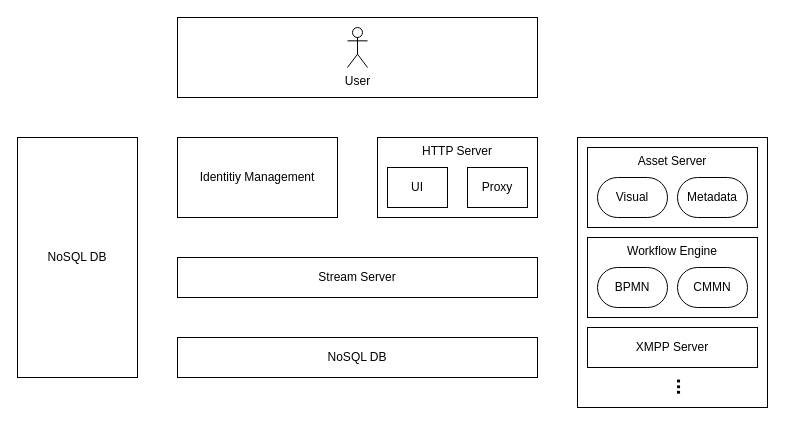
The draw.io diagram _architecture/diagrams/Architecture Overview.drawio in SumApp/SumApp.github.io, before the edit. Source tidied: cells renumbered, new cells numbered last; positions are measured from the earlier drawing's top-left corner, leaving out a move shared by most shapes. Both pictures are drawn from the tidied source at 100%, with x=0, y=0 at pixel (17, 17).
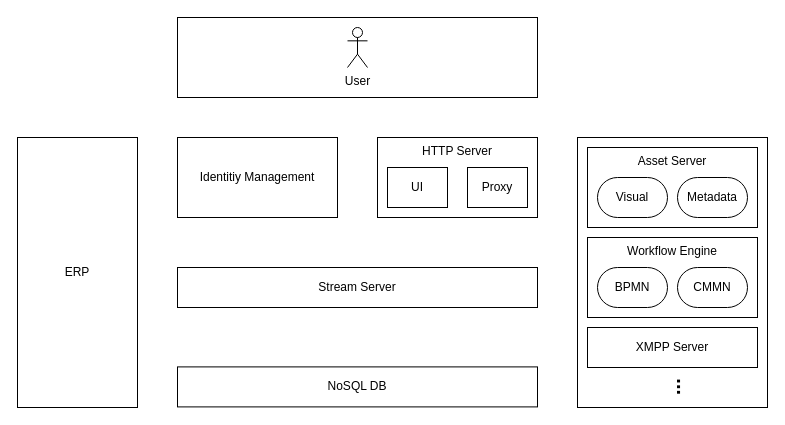
Above is the later version.

What changed in the source:
```diff
@@
 <mxGraphModel>
   <root>
     <mxCell id="0" />
     <mxCell id="1" parent="0" />
     <mxCell id="2" value="XMPP Server" style="rounded=0;whiteSpace=wrap;html=1;" parent="1" vertex="1">
       <mxGeometry x="560" y="120" width="190" height="270" as="geometry" />
     </mxCell>
     <mxCell id="3" value="Asset Server" style="rounded=0;whiteSpace=wrap;html=1;verticalAlign=top;" parent="1" vertex="1">
       <mxGeometry x="570" y="130" width="170" height="80" as="geometry" />
     </mxCell>
     <mxCell id="4" style="rounded=0;whiteSpace=wrap;html=1;" parent="1" vertex="1">
       <mxGeometry x="160" width="360" height="80" as="geometry" />
     </mxCell>
     <mxCell id="5" value="User" style="shape=umlActor;verticalLabelPosition=bottom;labelBackgroundColor=#ffffff;verticalAlign=top;html=1;" parent="1" vertex="1">
       <mxGeometry x="330" y="10" width="20" height="40" as="geometry" />
     </mxCell>
     <mxCell id="6" value="Identitiy Management" style="rounded=0;whiteSpace=wrap;html=1;" parent="1" vertex="1">
       <mxGeometry x="160" y="120" width="160" height="80" as="geometry" />
     </mxCell>
     <mxCell id="7" value="HTTP Server" style="rounded=0;whiteSpace=wrap;html=1;verticalAlign=top;" parent="1" vertex="1">
       <mxGeometry x="360" y="120" width="160" height="80" as="geometry" />
     </mxCell>
     <mxCell id="8" value="UI" style="rounded=0;whiteSpace=wrap;html=1;" parent="1" vertex="1">
       <mxGeometry x="370" y="150" width="60" height="40" as="geometry" />
     </mxCell>
     <mxCell id="9" value="Proxy" style="rounded=0;whiteSpace=wrap;html=1;" parent="1" vertex="1">
       <mxGeometry x="450" y="150" width="60" height="40" as="geometry" />
     </mxCell>
     <mxCell id="10" value="Stream Server" style="rounded=0;whiteSpace=wrap;html=1;" parent="1" vertex="1">
-      <mxGeometry x="160" y="240" width="360" height="40" as="geometry" />
+      <mxGeometry x="160" y="250" width="360" height="40" as="geometry" />
     </mxCell>
     <mxCell id="11" value="NoSQL DB" style="rounded=0;whiteSpace=wrap;html=1;" parent="1" vertex="1">
-      <mxGeometry x="160" y="320" width="360" height="40" as="geometry" />
+      <mxGeometry x="160" y="349.4" width="360" height="40" as="geometry" />
     </mxCell>
     <mxCell id="12" value="Metadata" style="rounded=1;whiteSpace=wrap;html=1;arcSize=50;" parent="1" vertex="1">
       <mxGeometry x="660" y="160" width="70" height="40" as="geometry" />
     </mxCell>
     <mxCell id="13" value="Visual" style="rounded=1;whiteSpace=wrap;html=1;arcSize=50;" parent="1" vertex="1">
       <mxGeometry x="580" y="160" width="70" height="40" as="geometry" />
     </mxCell>
     <mxCell id="14" value="Workflow Engine" style="rounded=0;whiteSpace=wrap;html=1;verticalAlign=top;" parent="1" vertex="1">
       <mxGeometry x="570" y="220" width="170" height="80" as="geometry" />
     </mxCell>
     <mxCell id="15" value="CMMN" style="rounded=1;whiteSpace=wrap;html=1;arcSize=50;" parent="1" vertex="1">
       <mxGeometry x="660" y="250" width="70" height="40" as="geometry" />
     </mxCell>
     <mxCell id="16" value="BPMN" style="rounded=1;whiteSpace=wrap;html=1;arcSize=50;" parent="1" vertex="1">
       <mxGeometry x="580" y="250" width="70" height="40" as="geometry" />
     </mxCell>
-    <mxCell id="17" value="NoSQL DB" style="rounded=0;whiteSpace=wrap;html=1;" parent="1" vertex="1">
-      <mxGeometry y="120" width="120" height="240" as="geometry" />
+    <mxCell id="17" value="ERP" style="rounded=0;whiteSpace=wrap;html=1;" parent="1" vertex="1">
+      <mxGeometry y="120" width="120" height="270" as="geometry" />
     </mxCell>
     <mxCell id="18" value="..." style="rounded=0;whiteSpace=wrap;html=1;fontStyle=1;fontSize=20;verticalAlign=middle;rotation=90;strokeColor=none;fillColor=none;" parent="1" vertex="1">
       <mxGeometry x="648" y="350" width="40" height="39.4" as="geometry" />
     </mxCell>
     <mxCell id="19" value="XMPP Server" style="rounded=0;whiteSpace=wrap;html=1;" parent="1" vertex="1">
       <mxGeometry x="570" y="310" width="170" height="40" as="geometry" />
     </mxCell>
   </root>
 </mxGraphModel>
```
